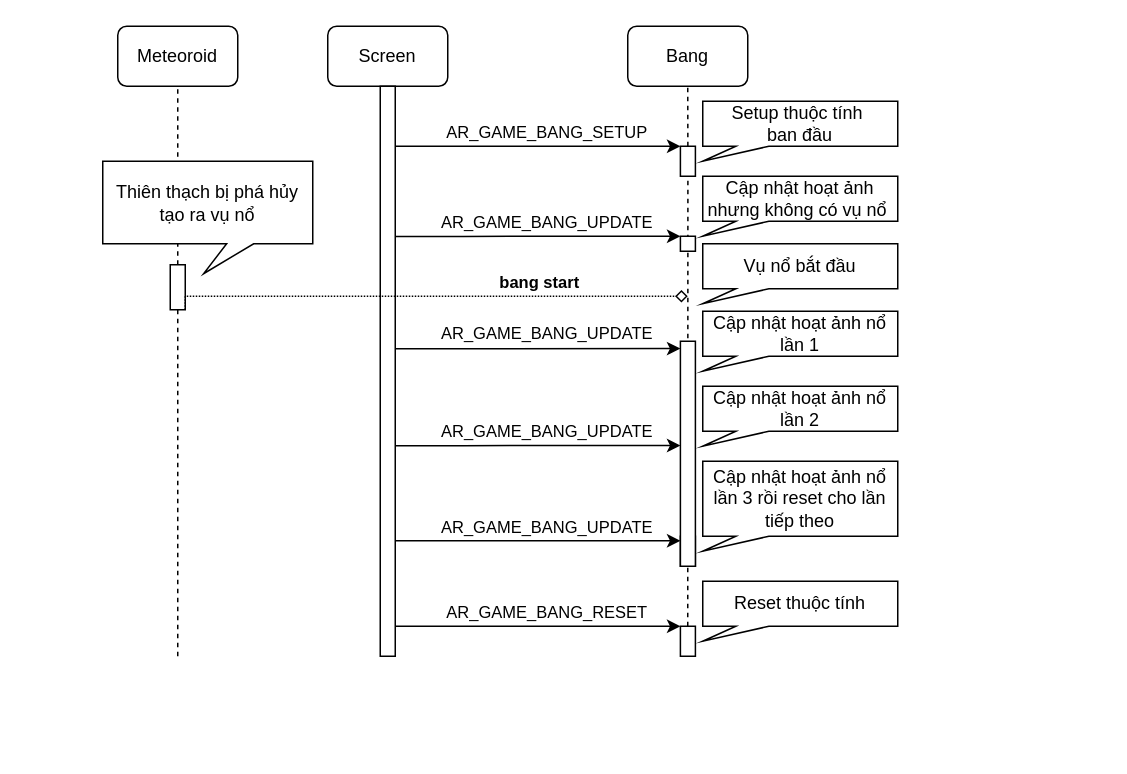
This is page "Page-2" (2 of 2) of bang_sequence.drawio from QuocBuu/drawio, a draw.io file, before an edit. Source tidied: cells renumbered, new cells numbered last; positions are measured from the earlier drawing's top-left corner, leaving out a move shared by most shapes. Both pictures are drawn from the tidied source at 150%, with x=0, y=0 at pixel (102, 26).
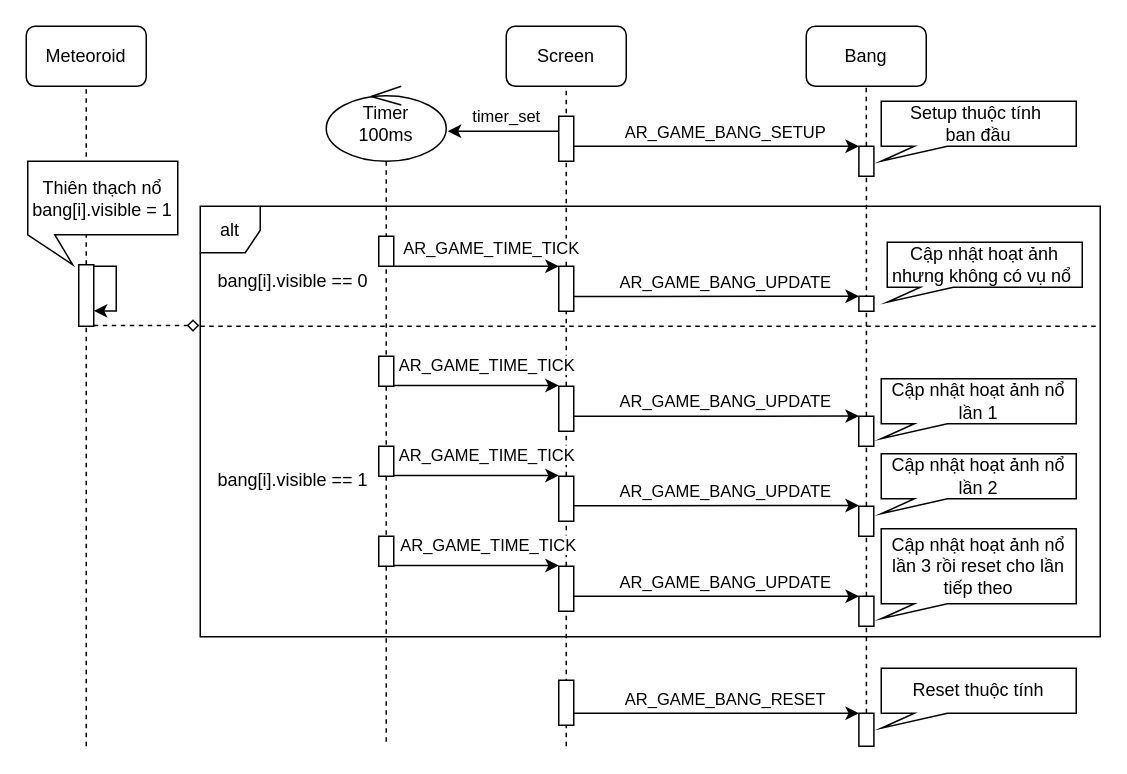
After the change.

Diff of the diagram source:
```diff
@@
     <mxCell id="2" value="Screen" style="rounded=1;whiteSpace=wrap;html=1;" parent="1" vertex="1">
-      <mxGeometry x="150" width="80" height="40" as="geometry" />
+      <mxGeometry x="269" width="80" height="40" as="geometry" />
     </mxCell>
     <mxCell id="3" value="Meteoroid" style="rounded=1;whiteSpace=wrap;html=1;" parent="1" vertex="1">
-      <mxGeometry x="10" width="80" height="40" as="geometry" />
+      <mxGeometry x="-51" width="80" height="40" as="geometry" />
     </mxCell>
     <mxCell id="4" value="Bang" style="rounded=1;whiteSpace=wrap;html=1;" parent="1" vertex="1">
-      <mxGeometry x="350" width="80" height="40" as="geometry" />
+      <mxGeometry x="469" width="80" height="40" as="geometry" />
     </mxCell>
-    <mxCell id="5" style="endArrow=none;dashed=1;html=1;rounded=0;entryX=0.5;entryY=1;entryDx=0;entryDy=0;" parent="1" edge="1" target="2">
-      <mxGeometry relative="1" as="geometry">
-        <mxPoint x="190" y="400" as="sourcePoint" />
-      </mxGeometry>
-    </mxCell>
-    <mxCell id="6" style="endArrow=none;dashed=1;html=1;rounded=0;entryX=0.5;entryY=1;entryDx=0;entryDy=0;" parent="1" edge="1" source="14" target="3">
-      <mxGeometry relative="1" as="geometry" />
-    </mxCell>
@@
     <mxCell id="8" style="edgeStyle=orthogonalEdgeStyle;rounded=0;jettySize=auto;html=1;entryX=0;entryY=0;entryDx=0;entryDy=0;" parent="1" edge="1" target="12">
       <mxGeometry relative="1" as="geometry">
-        <mxPoint x="195.1" y="80" as="sourcePoint" />
+        <mxPoint x="314.1" y="80" as="sourcePoint" />
         <Array as="points">
-          <mxPoint x="240.1" y="80" />
-          <mxPoint x="240.1" y="80" />
+          <mxPoint x="359.1" y="80" />
+          <mxPoint x="359.1" y="80" />
         </Array>
       </mxGeometry>
     </mxCell>
@@
-    <mxCell id="10" style="rounded=0;whiteSpace=wrap;html=1;" parent="1" vertex="1">
-      <mxGeometry x="185" y="40" width="10" height="380" as="geometry" />
-    </mxCell>
-    <mxCell id="11" style="endArrow=none;dashed=1;html=1;rounded=0;entryX=0.5;entryY=1;entryDx=0;entryDy=0;" parent="1" edge="1" target="12">
-      <mxGeometry relative="1" as="geometry">
-        <mxPoint x="390" y="400" as="sourcePoint" />
-      </mxGeometry>
+    <mxCell id="11" style="endArrow=none;dashed=1;html=1;rounded=0;entryX=0.5;entryY=1;entryDx=0;entryDy=0;exitX=0.5;exitY=0;exitDx=0;exitDy=0;" parent="1" edge="1" source="28" target="12">
+      <mxGeometry relative="1" as="geometry" />
     </mxCell>
     <mxCell id="12" style="rounded=0;whiteSpace=wrap;html=1;" parent="1" vertex="1">
-      <mxGeometry x="385.1" y="80" width="10" height="20" as="geometry" />
+      <mxGeometry x="504.1" y="80" width="10" height="20" as="geometry" />
     </mxCell>
     <mxCell id="13" style="endArrow=none;dashed=1;html=1;rounded=0;entryX=0.5;entryY=1;entryDx=0;entryDy=0;" parent="1" edge="1" target="14">
       <mxGeometry relative="1" as="geometry">
-        <mxPoint x="50" y="420" as="sourcePoint" />
+        <mxPoint x="-11" y="480" as="sourcePoint" />
       </mxGeometry>
     </mxCell>
+    <mxCell id="39" style="edgeStyle=orthogonalEdgeStyle;rounded=0;orthogonalLoop=1;jettySize=auto;html=1;entryX=1;entryY=0.75;entryDx=0;entryDy=0;" parent="1" edge="1" source="14" target="14">
+      <mxGeometry relative="1" as="geometry">
+        <Array as="points">
+          <mxPoint x="9" y="160" />
+          <mxPoint x="9" y="190" />
+        </Array>
+      </mxGeometry>
+    </mxCell>
     <mxCell id="14" style="rounded=0;whiteSpace=wrap;html=1;" parent="1" vertex="1">
-      <mxGeometry x="45" y="159" width="10" height="30" as="geometry" />
+      <mxGeometry x="-16" y="159" width="10" height="41" as="geometry" />
     </mxCell>
     <mxCell id="15" style="edgeStyle=orthogonalEdgeStyle;rounded=0;jettySize=auto;html=1;entryX=0;entryY=0;entryDx=0;entryDy=0;exitX=0.989;exitY=0.265;exitDx=0;exitDy=0;exitPerimeter=0;" parent="1" edge="1" target="17">
       <mxGeometry relative="1" as="geometry">
-        <mxPoint x="195" y="140.1" as="sourcePoint" />
+        <mxPoint x="314" y="180.1" as="sourcePoint" />
         <Array as="points">
-          <mxPoint x="240.1" y="140" />
+          <mxPoint x="359.1" y="180" />
         </Array>
       </mxGeometry>
     </mxCell>
@@
     <mxCell id="17" style="rounded=0;whiteSpace=wrap;html=1;" parent="1" vertex="1">
-      <mxGeometry x="385.1" y="140" width="10" height="10" as="geometry" />
+      <mxGeometry x="504.1" y="180" width="10" height="10" as="geometry" />
     </mxCell>
     <mxCell id="18" style="edgeStyle=orthogonalEdgeStyle;rounded=0;orthogonalLoop=1;jettySize=auto;html=1;entryX=0;entryY=0;entryDx=0;entryDy=0;exitX=0.989;exitY=0.265;exitDx=0;exitDy=0;exitPerimeter=0;" parent="1" edge="1">
       <mxGeometry relative="1" as="geometry">
-        <mxPoint x="195.1" y="343" as="sourcePoint" />
-        <mxPoint x="385.1" y="343" as="targetPoint" />
+        <mxPoint x="314.1" y="380" as="sourcePoint" />
+        <mxPoint x="504.1" y="380" as="targetPoint" />
         <Array as="points">
-          <mxPoint x="240.1" y="343" />
+          <mxPoint x="359.1" y="380" />
         </Array>
       </mxGeometry>
     </mxCell>
@@
     <mxCell id="20" style="rounded=0;whiteSpace=wrap;html=1;" parent="1" vertex="1">
-      <mxGeometry x="385.1" y="340" width="10" height="20" as="geometry" />
+      <mxGeometry x="504.1" y="380" width="10" height="20" as="geometry" />
     </mxCell>
-    <mxCell id="21" style="edgeStyle=orthogonalEdgeStyle;rounded=0;jettySize=auto;html=1;exitX=1;exitY=1;exitDx=0;exitDy=0;endArrow=diamond;endFill=0;dashed=1;dashPattern=1 1;" parent="1" edge="1" source="14">
-      <mxGeometry relative="1" as="geometry">
-        <mxPoint x="390" y="180" as="targetPoint" />
-        <Array as="points">
-          <mxPoint x="55" y="180" />
-        </Array>
-      </mxGeometry>
-    </mxCell>
-    <mxCell id="22" value="&lt;b&gt;bang start&lt;/b&gt;" style="edgeLabel;html=1;align=center;verticalAlign=middle;" parent="21" vertex="1">
-      <mxGeometry x="-0.03" y="-2" relative="1" as="geometry">
-        <mxPoint x="77" y="-12" as="offset" />
-      </mxGeometry>
-    </mxCell>
-    <mxCell id="23" style="rounded=0;whiteSpace=wrap;html=1;" parent="1" vertex="1">
-      <mxGeometry x="385.1" y="210" width="10" height="150" as="geometry" />
-    </mxCell>
     <mxCell id="24" style="edgeStyle=orthogonalEdgeStyle;rounded=0;orthogonalLoop=1;jettySize=auto;html=1;entryX=0;entryY=0;entryDx=0;entryDy=0;exitX=0.989;exitY=0.265;exitDx=0;exitDy=0;exitPerimeter=0;" parent="1" edge="1">
       <mxGeometry relative="1" as="geometry">
-        <mxPoint x="195" y="215" as="sourcePoint" />
-        <mxPoint x="385.1" y="214.9" as="targetPoint" />
+        <mxPoint x="314" y="260" as="sourcePoint" />
+        <mxPoint x="504.1" y="259.9" as="targetPoint" />
         <Array as="points">
-          <mxPoint x="240.1" y="214.9" />
+          <mxPoint x="359.1" y="259.9" />
         </Array>
       </mxGeometry>
     </mxCell>
@@
     <mxCell id="26" style="edgeStyle=orthogonalEdgeStyle;rounded=0;jettySize=auto;html=1;entryX=0;entryY=0;entryDx=0;entryDy=0;exitX=0.989;exitY=0.265;exitDx=0;exitDy=0;exitPerimeter=0;" parent="1" edge="1" target="28">
       <mxGeometry relative="1" as="geometry">
-        <mxPoint x="195.1" y="400" as="sourcePoint" />
+        <mxPoint x="314.1" y="458" as="sourcePoint" />
         <Array as="points">
-          <mxPoint x="240.1" y="400" />
+          <mxPoint x="359.1" y="458" />
         </Array>
       </mxGeometry>
     </mxCell>
@@
     <mxCell id="28" style="rounded=0;whiteSpace=wrap;html=1;" parent="1" vertex="1">
-      <mxGeometry x="385.1" y="400" width="10" height="20" as="geometry" />
+      <mxGeometry x="504.1" y="458" width="10" height="22" as="geometry" />
     </mxCell>
     <mxCell id="29" value="Setup thuộc tính&amp;nbsp;&lt;br&gt;ban đầu" style="shape=callout;whiteSpace=wrap;html=1;perimeter=calloutPerimeter;position2=0;base=22;size=10;position=0.17;" parent="1" vertex="1">
-      <mxGeometry x="400" y="50" width="130" height="40" as="geometry" />
+      <mxGeometry x="519" y="50" width="130" height="40" as="geometry" />
     </mxCell>
-    <mxCell id="30" value="Cập nhật hoạt ảnh nhưng không có vụ nổ&amp;nbsp;" style="shape=callout;whiteSpace=wrap;html=1;perimeter=calloutPerimeter;position2=0;base=22;size=10;position=0.17;" parent="1" vertex="1">
-      <mxGeometry x="400" y="100" width="130" height="40" as="geometry" />
-    </mxCell>
-    <mxCell id="31" value="Vụ nổ bắt đầu" style="shape=callout;whiteSpace=wrap;html=1;perimeter=calloutPerimeter;position2=0;base=22;size=10;position=0.17;" parent="1" vertex="1">
-      <mxGeometry x="400" y="145" width="130" height="40" as="geometry" />
-    </mxCell>
     <mxCell id="32" value="Cập nhật hoạt ảnh nổ lần 1" style="shape=callout;whiteSpace=wrap;html=1;perimeter=calloutPerimeter;position2=0;base=22;size=10;position=0.17;" parent="1" vertex="1">
-      <mxGeometry x="400" y="190" width="130" height="40" as="geometry" />
+      <mxGeometry x="519" y="235" width="130" height="40" as="geometry" />
     </mxCell>
     <mxCell id="33" value="Cập nhật hoạt ảnh nổ lần 2" style="shape=callout;whiteSpace=wrap;html=1;perimeter=calloutPerimeter;position2=0;base=22;size=10;position=0.17;" parent="1" vertex="1">
-      <mxGeometry x="400" y="240" width="130" height="40" as="geometry" />
+      <mxGeometry x="519" y="285" width="130" height="40" as="geometry" />
     </mxCell>
     <mxCell id="34" value="Cập nhật hoạt ảnh nổ lần 3 rồi reset cho lần tiếp theo" style="shape=callout;whiteSpace=wrap;html=1;perimeter=calloutPerimeter;position2=0;base=22;size=10;position=0.17;" parent="1" vertex="1">
-      <mxGeometry x="400" y="290" width="130" height="60" as="geometry" />
+      <mxGeometry x="519" y="335" width="130" height="60" as="geometry" />
     </mxCell>
     <mxCell id="35" value="Reset thuộc tính" style="shape=callout;whiteSpace=wrap;html=1;perimeter=calloutPerimeter;position2=0;base=22;size=10;position=0.17;" parent="1" vertex="1">
-      <mxGeometry x="400" y="370" width="130" height="40" as="geometry" />
+      <mxGeometry x="519" y="428" width="130" height="40" as="geometry" />
     </mxCell>
-    <mxCell id="36" value="Thiên thạch bị phá hủy tạo ra vụ nổ" style="shape=callout;whiteSpace=wrap;html=1;perimeter=calloutPerimeter;position2=0.48;base=18;size=20;position=0.59;" parent="1" vertex="1">
-      <mxGeometry y="90" width="140" height="75" as="geometry" />
-    </mxCell>
     <mxCell id="37" style="edgeStyle=orthogonalEdgeStyle;rounded=0;orthogonalLoop=1;jettySize=auto;html=1;entryX=0;entryY=0;entryDx=0;entryDy=0;exitX=0.989;exitY=0.265;exitDx=0;exitDy=0;exitPerimeter=0;" parent="1" edge="1">
       <mxGeometry relative="1" as="geometry">
-        <mxPoint x="195" y="279.6" as="sourcePoint" />
-        <mxPoint x="385.1" y="279.5" as="targetPoint" />
+        <mxPoint x="314" y="319.6" as="sourcePoint" />
+        <mxPoint x="504.1" y="319.5" as="targetPoint" />
         <Array as="points">
-          <mxPoint x="240.1" y="279.6" />
+          <mxPoint x="359.1" y="319.6" />
         </Array>
       </mxGeometry>
     </mxCell>
@@
+    <mxCell id="40" style="endArrow=none;dashed=1;html=1;rounded=0;entryX=0.5;entryY=1;entryDx=0;entryDy=0;" parent="1" edge="1" source="46" target="2">
+      <mxGeometry relative="1" as="geometry" />
+    </mxCell>
+    <mxCell id="41" style="edgeStyle=orthogonalEdgeStyle;rounded=0;jettySize=auto;html=1;" parent="1" edge="1" source="44">
+      <mxGeometry relative="1" as="geometry">
+        <mxPoint x="230" y="70" as="targetPoint" />
+        <Array as="points">
+          <mxPoint x="290" y="70" />
+          <mxPoint x="290" y="70" />
+        </Array>
+      </mxGeometry>
+    </mxCell>
+    <mxCell id="42" value="&lt;div style=&quot;color: rgb(212, 212, 212); background-color: rgb(30, 30, 30); font-family: Consolas, &amp;quot;Courier New&amp;quot;, monospace; font-size: 14px; line-height: 19px;&quot;&gt;&lt;br&gt;&lt;/div&gt;" style="edgeLabel;html=1;align=center;verticalAlign=middle;" parent="41" vertex="1">
+      <mxGeometry x="0.18" relative="1" as="geometry" />
+    </mxCell>
+    <mxCell id="43" value="timer_set" style="edgeLabel;html=1;align=center;verticalAlign=middle;" parent="41" vertex="1">
+      <mxGeometry x="0.3" y="-1" relative="1" as="geometry">
+        <mxPoint x="12" y="-10" as="offset" />
+      </mxGeometry>
+    </mxCell>
+    <mxCell id="44" style="rounded=0;whiteSpace=wrap;html=1;" parent="1" vertex="1">
+      <mxGeometry x="304" y="60" width="10" height="30" as="geometry" />
+    </mxCell>
+    <mxCell id="45" style="endArrow=none;dashed=1;html=1;rounded=0;entryX=0.5;entryY=1;entryDx=0;entryDy=0;" parent="1" edge="1" target="46">
+      <mxGeometry relative="1" as="geometry">
+        <mxPoint x="309" y="480" as="sourcePoint" />
+      </mxGeometry>
+    </mxCell>
+    <mxCell id="46" style="rounded=0;whiteSpace=wrap;html=1;" parent="1" vertex="1">
+      <mxGeometry x="304" y="160" width="10" height="30" as="geometry" />
+    </mxCell>
+    <mxCell id="47" style="rounded=0;whiteSpace=wrap;html=1;" parent="1" vertex="1">
+      <mxGeometry x="304" y="300" width="10" height="30" as="geometry" />
+    </mxCell>
+    <mxCell id="48" style="rounded=0;whiteSpace=wrap;html=1;" parent="1" vertex="1">
+      <mxGeometry x="304" y="436" width="10" height="30" as="geometry" />
+    </mxCell>
+    <mxCell id="49" value="Timer&lt;br&gt;100ms" style="shape=umlLifeline;perimeter=lifelinePerimeter;whiteSpace=wrap;html=1;newEdgeStyle={&quot;curved&quot;:0,&quot;rounded&quot;:0};participant=umlControl;verticalAlign=middle;size=50;" parent="1" vertex="1">
+      <mxGeometry x="149" y="40" width="80" height="440" as="geometry" />
+    </mxCell>
+    <mxCell id="50" style="edgeStyle=orthogonalEdgeStyle;rounded=0;jettySize=auto;html=1;" parent="1" edge="1" source="52" target="46">
+      <mxGeometry relative="1" as="geometry">
+        <Array as="points">
+          <mxPoint x="280" y="160" />
+          <mxPoint x="280" y="160" />
+        </Array>
+      </mxGeometry>
+    </mxCell>
+    <mxCell id="51" value="AR_GAME_TIME_TICK" style="edgeLabel;html=1;align=center;verticalAlign=middle;" parent="50" vertex="1">
+      <mxGeometry x="-0.11" y="1" relative="1" as="geometry">
+        <mxPoint x="15" y="-12" as="offset" />
+      </mxGeometry>
+    </mxCell>
+    <mxCell id="52" style="rounded=0;whiteSpace=wrap;html=1;" parent="1" vertex="1">
+      <mxGeometry x="184" y="140" width="10" height="20" as="geometry" />
+    </mxCell>
+    <mxCell id="53" style="rounded=0;whiteSpace=wrap;html=1;" parent="1" vertex="1">
+      <mxGeometry x="184" y="280" width="10" height="20" as="geometry" />
+    </mxCell>
+    <mxCell id="54" style="edgeStyle=orthogonalEdgeStyle;rounded=0;orthogonalLoop=1;jettySize=auto;html=1;" parent="1" edge="1">
+      <mxGeometry relative="1" as="geometry">
+        <mxPoint x="194" y="299.5" as="sourcePoint" />
+        <mxPoint x="304" y="299.5" as="targetPoint" />
+        <Array as="points">
+          <mxPoint x="280" y="299.5" />
+          <mxPoint x="280" y="299.5" />
+        </Array>
+      </mxGeometry>
+    </mxCell>
+    <mxCell id="55" value="AR_GAME_TIME_TICK" style="edgeLabel;html=1;align=center;verticalAlign=middle;" parent="54" vertex="1">
+      <mxGeometry x="-0.16" y="2" relative="1" as="geometry">
+        <mxPoint x="15" y="-12" as="offset" />
+      </mxGeometry>
+    </mxCell>
+    <mxCell id="56" value="alt" style="shape=umlFrame;whiteSpace=wrap;html=1;width=40;height=31;" parent="1" vertex="1">
+      <mxGeometry x="65" y="120" width="600" height="287" as="geometry" />
+    </mxCell>
+    <mxCell id="57" value="bang[i].visible == 0" style="text;html=1;" parent="56" vertex="1">
+      <mxGeometry width="140" height="40" relative="1" as="geometry">
+        <mxPoint x="10" y="36" as="offset" />
+      </mxGeometry>
+    </mxCell>
+    <mxCell id="58" style="line;strokeWidth=1;dashed=1;labelPosition=center;verticalLabelPosition=bottom;align=left;verticalAlign=top;spacingLeft=20;spacingTop=15;html=1;whiteSpace=wrap;" parent="56" vertex="1">
+      <mxGeometry y="75" width="600" height="10" as="geometry" />
+    </mxCell>
+    <mxCell id="59" value="bang[i].visible == 1" style="text;html=1;" parent="56" vertex="1">
+      <mxGeometry x="10" y="169" width="100" height="20" as="geometry" />
+    </mxCell>
+    <mxCell id="30" value="Cập nhật hoạt ảnh nhưng không có vụ nổ&amp;nbsp;" style="shape=callout;whiteSpace=wrap;html=1;perimeter=calloutPerimeter;position2=0;base=22;size=10;position=0.17;" parent="56" vertex="1">
+      <mxGeometry x="458" y="24" width="130" height="40" as="geometry" />
+    </mxCell>
+    <mxCell id="60" style="rounded=0;whiteSpace=wrap;html=1;" parent="1" vertex="1">
+      <mxGeometry x="304" y="240" width="10" height="30" as="geometry" />
+    </mxCell>
+    <mxCell id="61" style="rounded=0;whiteSpace=wrap;html=1;" parent="1" vertex="1">
+      <mxGeometry x="184" y="220" width="10" height="20" as="geometry" />
+    </mxCell>
+    <mxCell id="62" style="edgeStyle=orthogonalEdgeStyle;rounded=0;orthogonalLoop=1;jettySize=auto;html=1;" parent="1" edge="1">
+      <mxGeometry relative="1" as="geometry">
+        <mxPoint x="194" y="239.5" as="sourcePoint" />
+        <mxPoint x="304" y="239.5" as="targetPoint" />
+        <Array as="points">
+          <mxPoint x="280" y="239.5" />
+          <mxPoint x="280" y="239.5" />
+        </Array>
+      </mxGeometry>
+    </mxCell>
+    <mxCell id="63" value="AR_GAME_TIME_TICK" style="edgeLabel;html=1;align=center;verticalAlign=middle;" parent="62" vertex="1">
+      <mxGeometry x="-0.16" y="2" relative="1" as="geometry">
+        <mxPoint x="15" y="-12" as="offset" />
+      </mxGeometry>
+    </mxCell>
+    <mxCell id="64" style="rounded=0;whiteSpace=wrap;html=1;" parent="1" vertex="1">
+      <mxGeometry x="304" y="360" width="10" height="30" as="geometry" />
+    </mxCell>
+    <mxCell id="65" style="rounded=0;whiteSpace=wrap;html=1;" parent="1" vertex="1">
+      <mxGeometry x="184" y="340" width="10" height="20" as="geometry" />
+    </mxCell>
+    <mxCell id="66" style="edgeStyle=orthogonalEdgeStyle;rounded=0;orthogonalLoop=1;jettySize=auto;html=1;" parent="1" edge="1">
+      <mxGeometry relative="1" as="geometry">
+        <mxPoint x="194" y="359.5" as="sourcePoint" />
+        <mxPoint x="304" y="359.5" as="targetPoint" />
+        <Array as="points">
+          <mxPoint x="280" y="359.5" />
+          <mxPoint x="280" y="359.5" />
+        </Array>
+      </mxGeometry>
+    </mxCell>
+    <mxCell id="67" value="AR_GAME_TIME_TICK" style="edgeLabel;html=1;align=center;verticalAlign=middle;" parent="66" vertex="1">
+      <mxGeometry x="-0.16" y="2" relative="1" as="geometry">
+        <mxPoint x="16" y="-12" as="offset" />
+      </mxGeometry>
+    </mxCell>
+    <mxCell id="68" style="rounded=0;whiteSpace=wrap;html=1;" parent="1" vertex="1">
+      <mxGeometry x="504" y="320" width="10" height="20" as="geometry" />
+    </mxCell>
+    <mxCell id="69" style="rounded=0;whiteSpace=wrap;html=1;" parent="1" vertex="1">
+      <mxGeometry x="504" y="260" width="10" height="20" as="geometry" />
+    </mxCell>
+    <mxCell id="70" style="edgeStyle=orthogonalEdgeStyle;rounded=0;jettySize=auto;html=1;entryX=-0.001;entryY=0.277;entryDx=0;entryDy=0;exitX=1;exitY=1;exitDx=0;exitDy=0;entryPerimeter=0;endArrow=diamond;endFill=0;dashed=1;" parent="1" edge="1" source="14" target="56">
+      <mxGeometry relative="1" as="geometry">
+        <Array as="points">
+          <mxPoint x="64" y="199" />
+        </Array>
+      </mxGeometry>
+    </mxCell>
+    <mxCell id="6" style="endArrow=none;dashed=1;html=1;rounded=0;entryX=0.5;entryY=1;entryDx=0;entryDy=0;" parent="1" edge="1" source="14" target="3">
+      <mxGeometry relative="1" as="geometry" />
+    </mxCell>
+    <mxCell id="71" value="Thiên thạch nổ&lt;br&gt;bang[i].visible = 1" style="shape=callout;whiteSpace=wrap;html=1;perimeter=calloutPerimeter;position2=0.3;base=18;size=20;position=0;" parent="1" vertex="1">
+      <mxGeometry x="-50" y="90" width="100" height="69" as="geometry" />
+    </mxCell>
```
